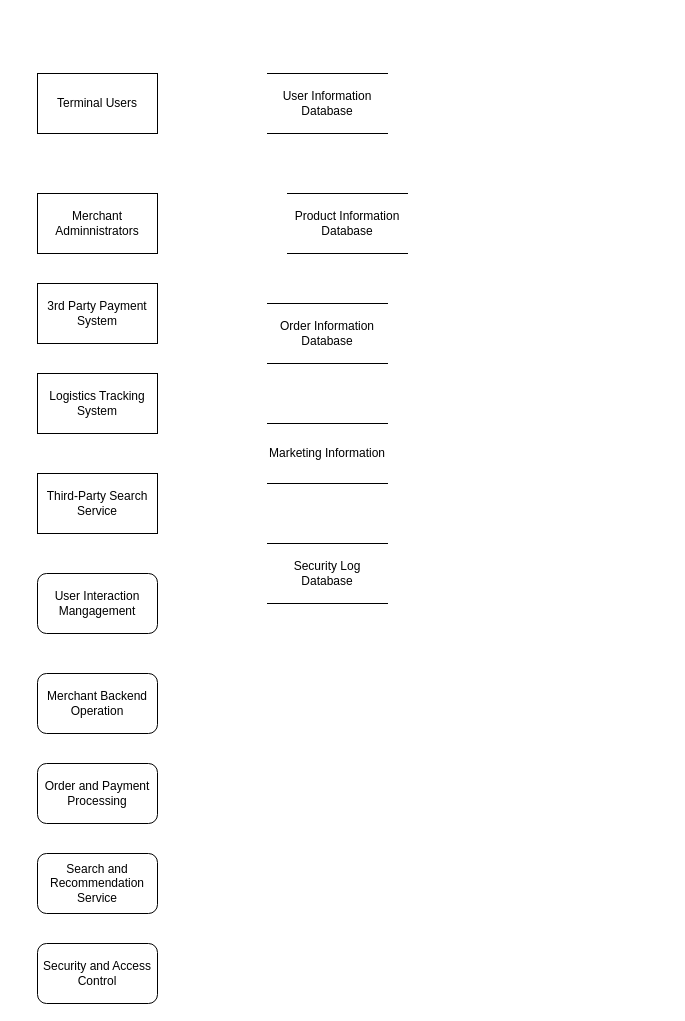
mushroomAAA/draw.io keeps this draw.io diagram as page "第 1 页" (1 of 2) of Data_flow_diagram.drawio. Above is the earlier version. Source tidied: cells renumbered, new cells numbered last; positions are measured from the earlier drawing's top-left corner, leaving out a move shared by most shapes. Both pictures are drawn from the tidied source at 100%, with x=0, y=0 at pixel (37, 73).
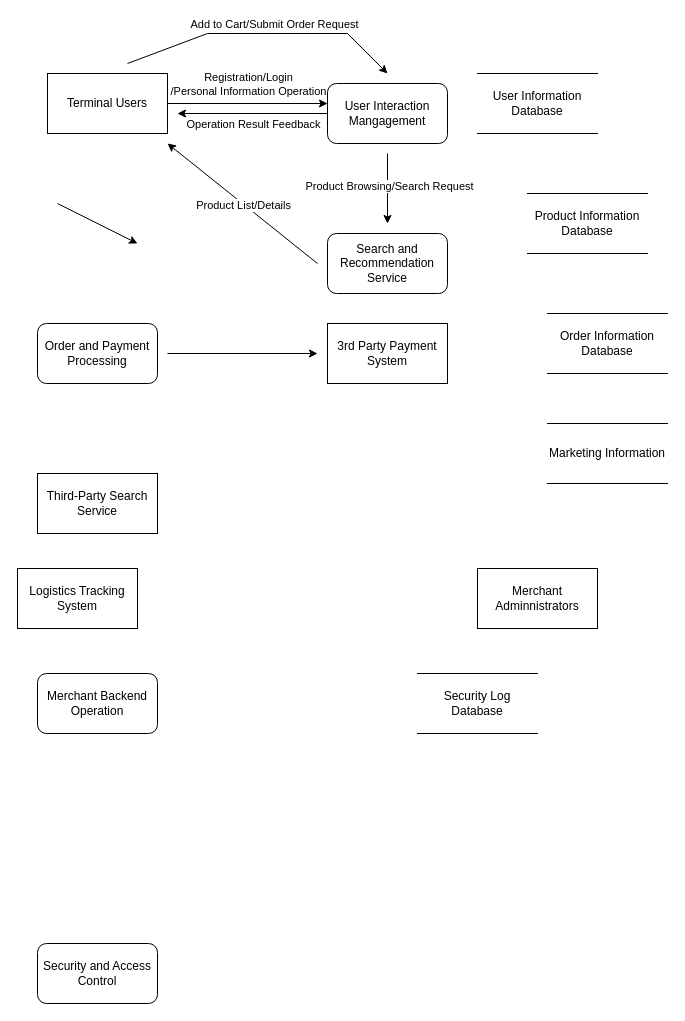
Above is the later version.

The edit, as a diff of the source:
```diff
@@
     <mxCell id="2" value="Terminal Users" style="rounded=0;whiteSpace=wrap;html=1;" parent="1" vertex="1">
-      <mxGeometry width="120" height="60" as="geometry" />
+      <mxGeometry x="10" width="120" height="60" as="geometry" />
     </mxCell>
     <mxCell id="3" value="Merchant Adminnistrators" style="rounded=0;whiteSpace=wrap;html=1;" parent="1" vertex="1">
-      <mxGeometry y="120" width="120" height="60" as="geometry" />
+      <mxGeometry x="440" y="495" width="120" height="60" as="geometry" />
     </mxCell>
     <mxCell id="4" value="3rd Party Payment System" style="rounded=0;whiteSpace=wrap;html=1;" parent="1" vertex="1">
-      <mxGeometry y="210" width="120" height="60" as="geometry" />
+      <mxGeometry x="290" y="250" width="120" height="60" as="geometry" />
     </mxCell>
     <mxCell id="5" value="Logistics Tracking System" style="rounded=0;whiteSpace=wrap;html=1;" parent="1" vertex="1">
-      <mxGeometry y="300" width="120" height="60" as="geometry" />
+      <mxGeometry x="-20" y="495" width="120" height="60" as="geometry" />
     </mxCell>
@@
+    <mxCell id="17" style="edgeStyle=orthogonalEdgeStyle;rounded=0;jettySize=auto;html=1;" parent="1" edge="1" source="7">
+      <mxGeometry relative="1" as="geometry">
+        <mxPoint x="140" y="40" as="targetPoint" />
+      </mxGeometry>
+    </mxCell>
+    <mxCell id="18" value="Operation Result Feedback" style="edgeLabel;html=1;align=center;verticalAlign=middle;" parent="17" vertex="1">
+      <mxGeometry y="4" relative="1" as="geometry">
+        <mxPoint y="6" as="offset" />
+      </mxGeometry>
+    </mxCell>
     <mxCell id="7" value="User Interaction Mangagement" style="rounded=1;whiteSpace=wrap;html=1;" parent="1" vertex="1">
-      <mxGeometry y="500" width="120" height="60" as="geometry" />
+      <mxGeometry x="290" y="10" width="120" height="60" as="geometry" />
     </mxCell>
@@
     <mxCell id="9" value="Search and Recommendation Service" style="rounded=1;whiteSpace=wrap;html=1;" parent="1" vertex="1">
-      <mxGeometry y="780" width="120" height="60" as="geometry" />
+      <mxGeometry x="290" y="160" width="120" height="60" as="geometry" />
     </mxCell>
     <mxCell id="10" value="Order and Payment Processing" style="rounded=1;whiteSpace=wrap;html=1;" parent="1" vertex="1">
-      <mxGeometry y="690" width="120" height="60" as="geometry" />
+      <mxGeometry y="250" width="120" height="60" as="geometry" />
     </mxCell>
@@
     <mxCell id="12" value="User Information Database" style="shape=partialRectangle;whiteSpace=wrap;html=1;left=0;right=0;fillColor=none;" parent="1" vertex="1">
-      <mxGeometry x="230" width="120" height="60" as="geometry" />
+      <mxGeometry x="440" width="120" height="60" as="geometry" />
     </mxCell>
     <mxCell id="13" value="Product Information Database" style="shape=partialRectangle;whiteSpace=wrap;html=1;left=0;right=0;fillColor=none;" parent="1" vertex="1">
-      <mxGeometry x="250" y="120" width="120" height="60" as="geometry" />
+      <mxGeometry x="490" y="120" width="120" height="60" as="geometry" />
     </mxCell>
     <mxCell id="14" value="Order Information Database" style="shape=partialRectangle;whiteSpace=wrap;html=1;left=0;right=0;fillColor=none;" parent="1" vertex="1">
-      <mxGeometry x="230" y="230" width="120" height="60" as="geometry" />
+      <mxGeometry x="510" y="240" width="120" height="60" as="geometry" />
     </mxCell>
     <mxCell id="15" value="Marketing Information" style="shape=partialRectangle;whiteSpace=wrap;html=1;left=0;right=0;fillColor=none;" parent="1" vertex="1">
-      <mxGeometry x="230" y="350" width="120" height="60" as="geometry" />
+      <mxGeometry x="510" y="350" width="120" height="60" as="geometry" />
     </mxCell>
     <mxCell id="16" value="Security Log Database" style="shape=partialRectangle;whiteSpace=wrap;html=1;left=0;right=0;fillColor=none;" parent="1" vertex="1">
-      <mxGeometry x="230" y="470" width="120" height="60" as="geometry" />
+      <mxGeometry x="380" y="600" width="120" height="60" as="geometry" />
     </mxCell>
+    <mxCell id="19" style="endArrow=classic;html=1;rounded=0;exitX=1;exitY=0.5;exitDx=0;exitDy=0;" parent="1" edge="1" source="2">
+      <mxGeometry relative="1" as="geometry">
+        <mxPoint x="290" y="30" as="targetPoint" />
+      </mxGeometry>
+    </mxCell>
+    <mxCell id="20" value="Registration/Login&lt;div&gt;/Personal Information Operation&lt;/div&gt;" style="edgeLabel;html=1;align=center;verticalAlign=middle;" parent="19" vertex="1">
+      <mxGeometry x="-0.17" y="2" relative="1" as="geometry">
+        <mxPoint x="14" y="-18" as="offset" />
+      </mxGeometry>
+    </mxCell>
+    <mxCell id="21" style="edgeStyle=none;orthogonalLoop=1;jettySize=auto;html=1;rounded=0;" parent="1" edge="1">
+      <mxGeometry relative="1" as="geometry">
+        <mxPoint x="350" y="80" as="sourcePoint" />
+        <mxPoint x="350" y="150" as="targetPoint" />
+      </mxGeometry>
+    </mxCell>
+    <mxCell id="22" value="Product Browsing/Search Request" style="edgeLabel;html=1;align=center;verticalAlign=middle;" parent="21" vertex="1">
+      <mxGeometry x="-0.1" y="1" relative="1" as="geometry" />
+    </mxCell>
+    <mxCell id="23" style="edgeStyle=none;orthogonalLoop=1;jettySize=auto;html=1;rounded=0;" parent="1" edge="1">
+      <mxGeometry relative="1" as="geometry">
+        <mxPoint x="20" y="130" as="sourcePoint" />
+        <mxPoint x="100" y="170" as="targetPoint" />
+      </mxGeometry>
+    </mxCell>
+    <mxCell id="24" style="edgeStyle=none;orthogonalLoop=1;jettySize=auto;html=1;rounded=0;" parent="1" edge="1">
+      <mxGeometry relative="1" as="geometry">
+        <mxPoint x="280" y="190" as="sourcePoint" />
+        <mxPoint x="130" y="70" as="targetPoint" />
+      </mxGeometry>
+    </mxCell>
+    <mxCell id="25" value="Product List/Details" style="edgeLabel;html=1;align=center;verticalAlign=middle;" parent="24" vertex="1">
+      <mxGeometry x="-0.01" y="1" relative="1" as="geometry" />
+    </mxCell>
+    <mxCell id="26" style="edgeStyle=none;orthogonalLoop=1;jettySize=auto;html=1;rounded=0;" parent="1" edge="1">
+      <mxGeometry relative="1" as="geometry">
+        <mxPoint x="90" y="-10" as="sourcePoint" />
+        <mxPoint x="350" as="targetPoint" />
+        <Array as="points">
+          <mxPoint x="170" y="-40" />
+          <mxPoint x="310" y="-40" />
+        </Array>
+      </mxGeometry>
+    </mxCell>
+    <mxCell id="27" value="Add to Cart/Submit Order Request" style="edgeLabel;html=1;align=center;verticalAlign=middle;" parent="26" vertex="1">
+      <mxGeometry x="0.08" y="3" relative="1" as="geometry">
+        <mxPoint y="-7" as="offset" />
+      </mxGeometry>
+    </mxCell>
+    <mxCell id="28" style="edgeStyle=none;orthogonalLoop=1;jettySize=auto;html=1;rounded=0;" parent="1" edge="1">
+      <mxGeometry relative="1" as="geometry">
+        <mxPoint x="130" y="280" as="sourcePoint" />
+        <mxPoint x="280" y="280" as="targetPoint" />
+      </mxGeometry>
+    </mxCell>
```
